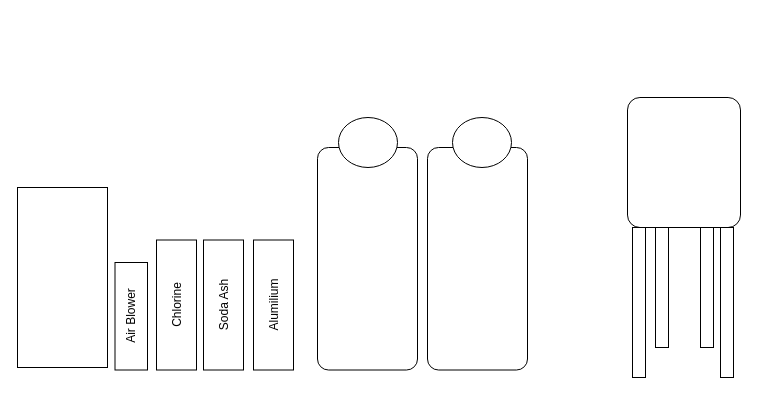
absheriff/charts keeps this draw.io diagram as water treatment.drawio. Above is the earlier version. Source tidied: cells renumbered, new cells numbered last; positions are measured from the earlier drawing's top-left corner, leaving out a move shared by most shapes. Both pictures are drawn from the tidied source at 100%, with x=0, y=0 at pixel (17, 97).
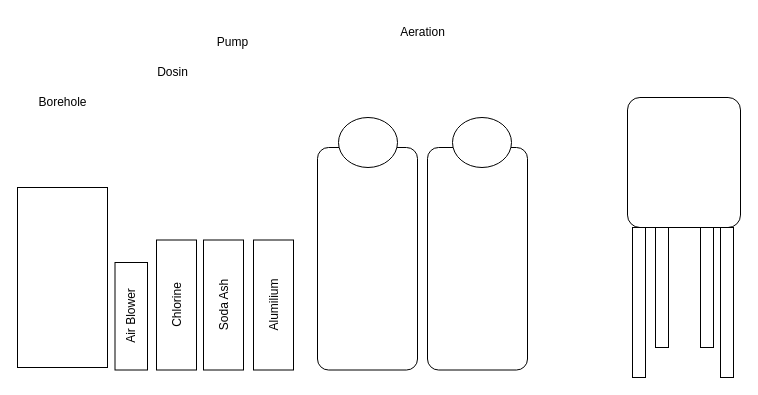
The same diagram, later.

What changed in the source:
```diff
@@
 <mxGraphModel>
   <root>
     <mxCell id="0" />
     <mxCell id="1" parent="0" />
     <mxCell id="2" style="rounded=0;whiteSpace=wrap;html=1;" parent="1" vertex="1">
       <mxGeometry y="90" width="90" height="180" as="geometry" />
     </mxCell>
     <mxCell id="3" value="Air Blower" style="rounded=0;whiteSpace=wrap;html=1;flipV=1;flipH=1;rotation=-90;" parent="1" vertex="1">
       <mxGeometry x="60" y="202.5" width="107.5" height="32.5" as="geometry" />
     </mxCell>
     <mxCell id="4" value="Chlorine" style="rounded=0;whiteSpace=wrap;html=1;flipV=1;flipH=1;rotation=-90;" parent="1" vertex="1">
       <mxGeometry x="94" y="187.5" width="130" height="40" as="geometry" />
     </mxCell>
     <mxCell id="5" value="Soda Ash" style="rounded=0;whiteSpace=wrap;html=1;flipV=1;flipH=1;rotation=-90;" parent="1" vertex="1">
       <mxGeometry x="141" y="187.5" width="130" height="40" as="geometry" />
     </mxCell>
     <mxCell id="6" value="Alumilium" style="rounded=0;whiteSpace=wrap;html=1;flipV=1;flipH=1;rotation=-90;" parent="1" vertex="1">
       <mxGeometry x="191" y="187.5" width="130" height="40" as="geometry" />
     </mxCell>
     <mxCell id="7" style="rounded=1;whiteSpace=wrap;html=1;arcSize=11;" parent="1" vertex="1">
       <mxGeometry x="610" width="113" height="130" as="geometry" />
     </mxCell>
     <mxCell id="8" style="rounded=0;whiteSpace=wrap;html=1;" parent="1" vertex="1">
       <mxGeometry x="615" y="130" width="13" height="150" as="geometry" />
     </mxCell>
     <mxCell id="9" style="rounded=0;whiteSpace=wrap;html=1;" parent="1" vertex="1">
       <mxGeometry x="703" y="130" width="13" height="150" as="geometry" />
     </mxCell>
     <mxCell id="10" style="rounded=0;whiteSpace=wrap;html=1;" parent="1" vertex="1">
       <mxGeometry x="683" y="130" width="13" height="120" as="geometry" />
     </mxCell>
     <mxCell id="11" style="rounded=0;whiteSpace=wrap;html=1;" parent="1" vertex="1">
       <mxGeometry x="638" y="130" width="13" height="120" as="geometry" />
     </mxCell>
     <mxCell id="12" style="rounded=1;whiteSpace=wrap;html=1;arcSize=11;" parent="1" vertex="1">
       <mxGeometry x="300" y="50" width="100" height="222.5" as="geometry" />
     </mxCell>
     <mxCell id="13" style="rounded=1;whiteSpace=wrap;html=1;arcSize=11;" parent="1" vertex="1">
       <mxGeometry x="410" y="50" width="100" height="222.5" as="geometry" />
     </mxCell>
     <mxCell id="14" style="ellipse;whiteSpace=wrap;html=1;" parent="1" vertex="1">
       <mxGeometry x="321" y="20" width="59" height="50" as="geometry" />
     </mxCell>
     <mxCell id="15" style="ellipse;whiteSpace=wrap;html=1;" parent="1" vertex="1">
       <mxGeometry x="435" y="20" width="59" height="50" as="geometry" />
     </mxCell>
+    <mxCell id="16" value="Borehole" style="text;html=1;align=center;verticalAlign=middle;strokeColor=none;fillColor=none;" parent="1" vertex="1">
+      <mxGeometry x="10" y="-10" width="70" height="30" as="geometry" />
+    </mxCell>
+    <mxCell id="17" value="Dosin" style="text;html=1;align=center;verticalAlign=middle;strokeColor=none;fillColor=none;" parent="1" vertex="1">
+      <mxGeometry x="130" y="-40" width="50" height="30" as="geometry" />
+    </mxCell>
+    <mxCell id="18" value="Pump" style="text;html=1;align=center;verticalAlign=middle;strokeColor=none;fillColor=none;" parent="1" vertex="1">
+      <mxGeometry x="190" y="-70" width="50" height="30" as="geometry" />
+    </mxCell>
+    <mxCell id="19" value="Aeration" style="text;html=1;align=center;verticalAlign=middle;strokeColor=none;fillColor=none;" parent="1" vertex="1">
+      <mxGeometry x="370" y="-80" width="70" height="30" as="geometry" />
+    </mxCell>
   </root>
 </mxGraphModel>
```
